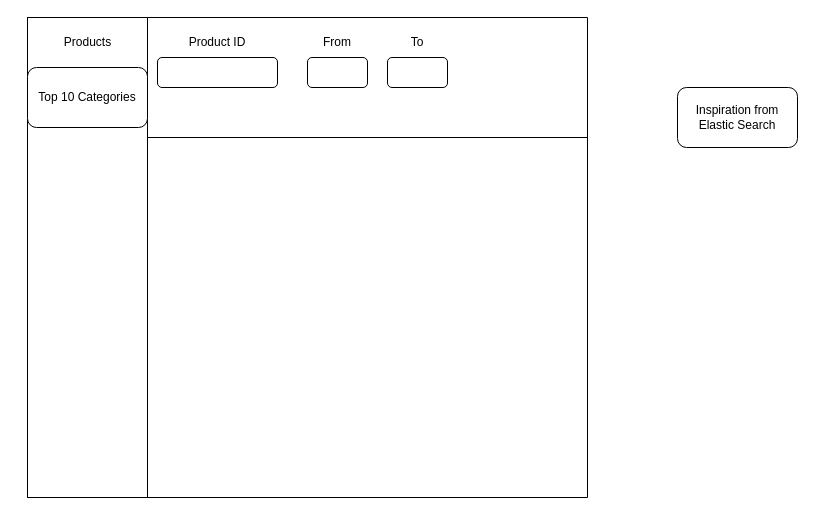
The draw.io diagram dokupass.drawio in DokuPass/documents, before the edit. Source tidied: cells renumbered, new cells numbered last; positions are measured from the earlier drawing's top-left corner, leaving out a move shared by most shapes. Both pictures are drawn from the tidied source at 100%, with x=0, y=0 at pixel (27, 17).
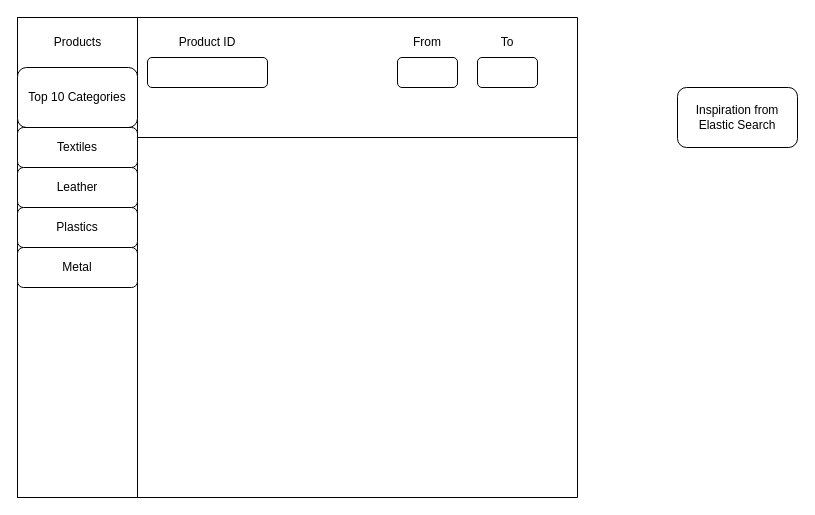
After the change.

What changed in the source:
```diff
@@
 <mxGraphModel>
   <root>
     <mxCell id="0" />
     <mxCell id="1" parent="0" />
     <mxCell id="2" style="swimlane;startSize=0;" parent="1" vertex="1">
-      <mxGeometry width="560" height="480" as="geometry" />
+      <mxGeometry x="-10" width="560" height="480" as="geometry" />
     </mxCell>
     <mxCell id="3" style="swimlane;startSize=0;" parent="2" vertex="1">
       <mxGeometry width="120" height="480" as="geometry" />
     </mxCell>
     <mxCell id="4" value="Products" style="text;html=1;align=center;verticalAlign=middle;strokeColor=none;fillColor=none;" parent="3" vertex="1">
       <mxGeometry x="25" y="10" width="70" height="30" as="geometry" />
     </mxCell>
     <mxCell id="5" value="Top 10 Categories" style="rounded=1;whiteSpace=wrap;html=1;" parent="3" vertex="1">
       <mxGeometry y="50" width="120" height="60" as="geometry" />
     </mxCell>
+    <mxCell id="14" value="Leather" style="rounded=1;whiteSpace=wrap;html=1;" parent="3" vertex="1">
+      <mxGeometry y="150" width="120" height="40" as="geometry" />
+    </mxCell>
+    <mxCell id="15" value="Plastics" style="rounded=1;whiteSpace=wrap;html=1;" parent="3" vertex="1">
+      <mxGeometry y="190" width="120" height="40" as="geometry" />
+    </mxCell>
+    <mxCell id="16" value="Metal" style="rounded=1;whiteSpace=wrap;html=1;" parent="3" vertex="1">
+      <mxGeometry y="230" width="120" height="40" as="geometry" />
+    </mxCell>
+    <mxCell id="17" value="Textiles" style="rounded=1;whiteSpace=wrap;html=1;" parent="3" vertex="1">
+      <mxGeometry y="110" width="120" height="40" as="geometry" />
+    </mxCell>
     <mxCell id="6" style="endArrow=none;html=1;rounded=0;exitX=1;exitY=0.25;exitDx=0;exitDy=0;entryX=1;entryY=0.25;entryDx=0;entryDy=0;" parent="2" edge="1" source="3" target="2">
       <mxGeometry relative="1" as="geometry" />
     </mxCell>
     <mxCell id="7" style="rounded=1;whiteSpace=wrap;html=1;" parent="2" vertex="1">
       <mxGeometry x="130" y="40" width="120" height="30" as="geometry" />
     </mxCell>
     <mxCell id="8" value="Product ID" style="text;html=1;align=center;verticalAlign=middle;whiteSpace=wrap;rounded=0;" parent="2" vertex="1">
       <mxGeometry x="160" y="10" width="60" height="30" as="geometry" />
     </mxCell>
     <mxCell id="9" style="rounded=1;whiteSpace=wrap;html=1;" parent="2" vertex="1">
-      <mxGeometry x="280" y="40" width="60" height="30" as="geometry" />
+      <mxGeometry x="380" y="40" width="60" height="30" as="geometry" />
     </mxCell>
     <mxCell id="10" value="From" style="text;html=1;align=center;verticalAlign=middle;whiteSpace=wrap;rounded=0;" parent="2" vertex="1">
-      <mxGeometry x="280" y="10" width="60" height="30" as="geometry" />
+      <mxGeometry x="380" y="10" width="60" height="30" as="geometry" />
     </mxCell>
     <mxCell id="11" style="rounded=1;whiteSpace=wrap;html=1;" parent="2" vertex="1">
-      <mxGeometry x="360" y="40" width="60" height="30" as="geometry" />
+      <mxGeometry x="460" y="40" width="60" height="30" as="geometry" />
     </mxCell>
     <mxCell id="12" value="To" style="text;html=1;align=center;verticalAlign=middle;whiteSpace=wrap;rounded=0;" parent="2" vertex="1">
-      <mxGeometry x="360" y="10" width="60" height="30" as="geometry" />
+      <mxGeometry x="460" y="10" width="60" height="30" as="geometry" />
     </mxCell>
     <mxCell id="13" value="Inspiration from Elastic Search" style="rounded=1;whiteSpace=wrap;html=1;" parent="1" vertex="1">
       <mxGeometry x="650" y="70" width="120" height="60" as="geometry" />
     </mxCell>
   </root>
 </mxGraphModel>
```
